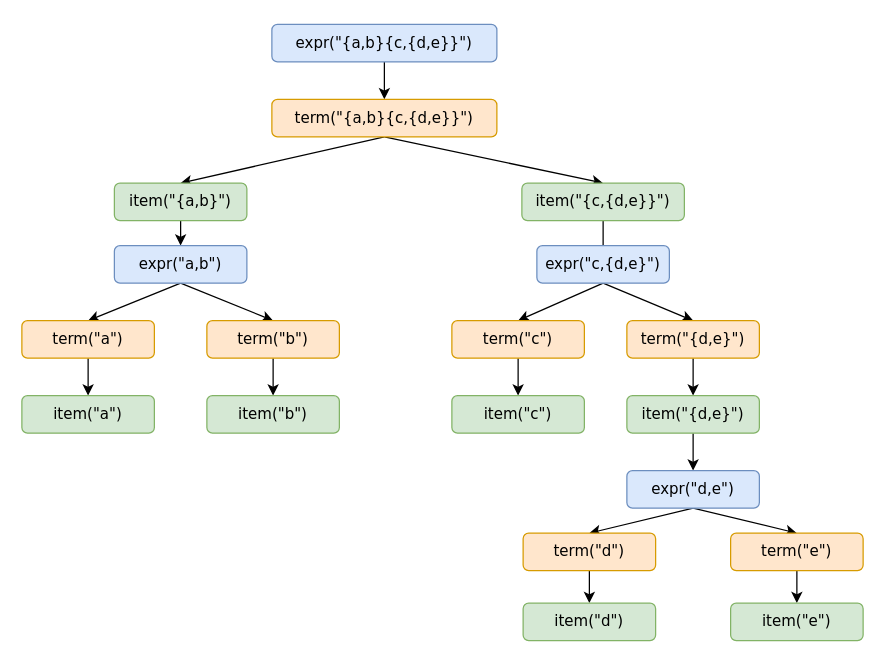
The draw.io diagram page "第 1 页" (1 of 2) of 未命名绘图.drawio in Kpole/draw.io, before the edit. Source tidied: cells renumbered, new cells numbered last; positions are measured from the earlier drawing's top-left corner, leaving out a move shared by most shapes. Both pictures are drawn from the tidied source at 125%, with x=0, y=0 at pixel (21, 24).
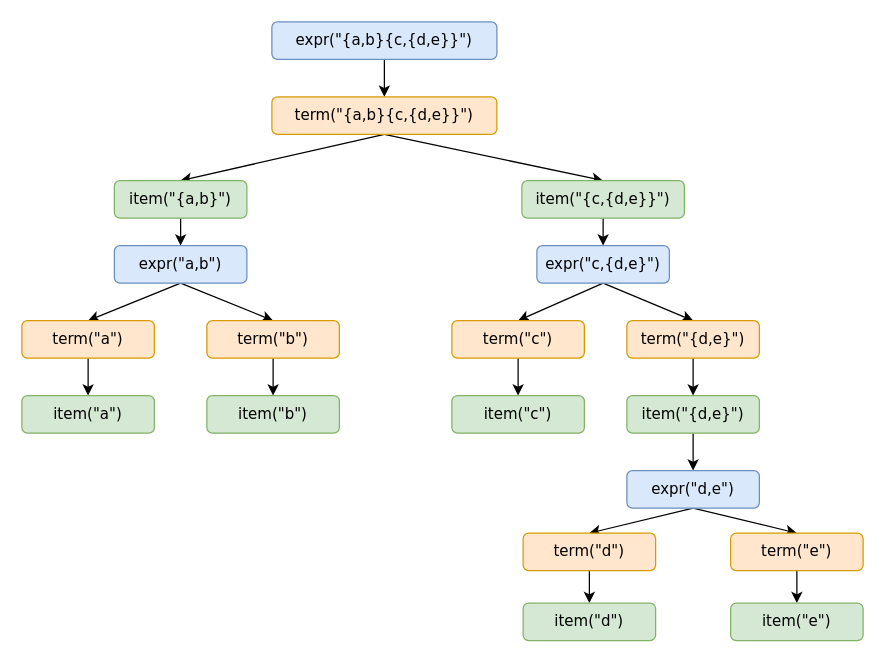
After the change.

Commit message (it also covers changes not shown here):
更新未命名绘图.drawio

The change refers to these unchanged cells:
```xml
<mxCell id="20" value="expr(&quot;c,{d,e}&quot;)" style="rounded=1;whiteSpace=wrap;html=1;hachureGap=4;fontFamily=Verdana;fontSize=12;fillColor=#dae8fc;strokeColor=#6c8ebf;" parent="1" vertex="1">
  <mxGeometry x="412" y="177" width="106" height="30" as="geometry" />
</mxCell>
```

Diff of the diagram source:
```diff
@@
     <mxCell id="3" value="expr(&quot;{a,b}{c,{d,e}}&quot;)" style="rounded=1;whiteSpace=wrap;html=1;hachureGap=4;fontFamily=Verdana;fontSize=12;fillColor=#dae8fc;strokeColor=#6c8ebf;" parent="1" vertex="1">
-      <mxGeometry x="200" width="180" height="30" as="geometry" />
+      <mxGeometry x="200" y="-2" width="180" height="30" as="geometry" />
     </mxCell>
@@
     <mxCell id="6" value="term(&quot;{a,b}{c,{d,e}}&quot;)" style="rounded=1;whiteSpace=wrap;html=1;hachureGap=4;fontFamily=Verdana;fontSize=12;fillColor=#ffe6cc;strokeColor=#d79b00;" parent="1" vertex="1">
-      <mxGeometry x="200" y="60" width="180" height="30" as="geometry" />
+      <mxGeometry x="200" y="58" width="180" height="30" as="geometry" />
     </mxCell>
@@
     <mxCell id="8" value="item(&quot;{a,b}&quot;)" style="rounded=1;whiteSpace=wrap;html=1;hachureGap=4;fontFamily=Verdana;fontSize=12;fillColor=#d5e8d4;strokeColor=#82b366;" parent="1" vertex="1">
-      <mxGeometry x="74" y="127" width="106" height="30" as="geometry" />
+      <mxGeometry x="74" y="125" width="106" height="30" as="geometry" />
     </mxCell>
-    <mxCell id="9" style="edgeStyle=none;rounded=0;jettySize=auto;html=1;fontFamily=Verdana;fontSize=12;" parent="1" edge="1" source="10">
-      <mxGeometry relative="1" as="geometry">
-        <mxPoint x="465" y="187" as="targetPoint" />
-      </mxGeometry>
+    <mxCell id="9" style="edgeStyle=none;rounded=0;jettySize=auto;html=1;fontFamily=Verdana;fontSize=12;entryX=0.5;entryY=0;entryDx=0;entryDy=0;" parent="1" edge="1" source="10" target="20">
+      <mxGeometry relative="1" as="geometry" />
     </mxCell>
     <mxCell id="10" value="item(&quot;{c,{d,e}}&quot;)" style="rounded=1;whiteSpace=wrap;html=1;hachureGap=4;fontFamily=Verdana;fontSize=12;fillColor=#d5e8d4;strokeColor=#82b366;" parent="1" vertex="1">
-      <mxGeometry x="400" y="127" width="130" height="30" as="geometry" />
+      <mxGeometry x="400" y="125" width="130" height="30" as="geometry" />
     </mxCell>
```
